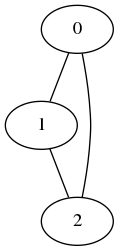
This is ProjetCOCA2/graph.png from fmorel002/CoCa, a Graphviz export, as it was before one commit. Its source is kept beside it as ProjetCOCA2/graph.dot.
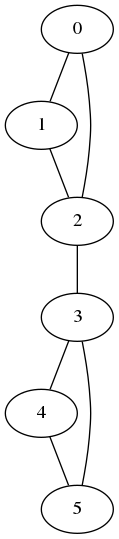
After the commit.

What changed in the source:
```diff
@@ -2,4 +2,8 @@
 0 -- 1;
 0 -- 2;
 1 -- 2;
+2 -- 3;
+3 -- 4;
+3 -- 5;
+4 -- 5;
 }
```
